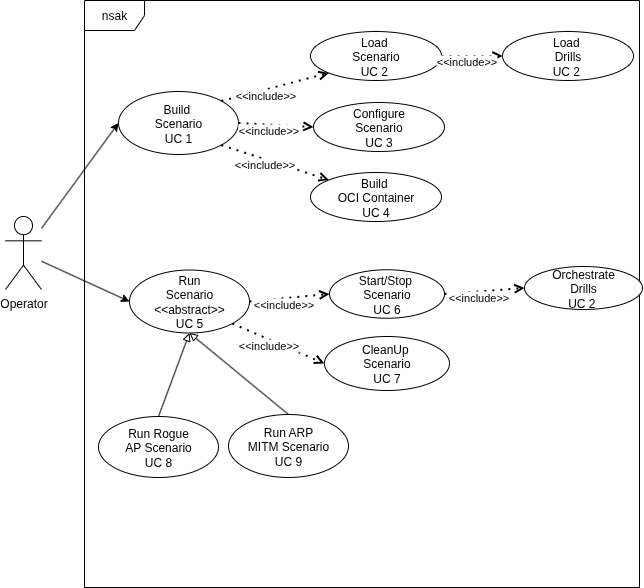
Above: docs/assets/figures/diagrams/concept-architecture-diagrams/NSAK-use-case-diagram.png in nsak-team/nsak (draw.io), before the change. Source tidied: cells renumbered, new cells last; positions are measured from the earlier drawing's top-left corner, leaving out a move shared by most shapes. Source of this version:
```xml
<mxGraphModel>
  <root>
    <mxCell id="0" />
    <mxCell id="1" parent="0" />
    <mxCell id="2" value="nsak" style="shape=umlFrame;whiteSpace=wrap;html=1;" parent="1" vertex="1">
      <mxGeometry x="79" width="555" height="587" as="geometry" />
    </mxCell>
    <mxCell id="3" style="rounded=0;jettySize=auto;html=1;entryX=0;entryY=0.5;entryDx=0;entryDy=0;" parent="1" edge="1" source="5" target="12">
      <mxGeometry relative="1" as="geometry" />
    </mxCell>
    <mxCell id="4" style="rounded=0;jettySize=auto;html=1;entryX=0;entryY=0.5;entryDx=0;entryDy=0;" parent="1" edge="1" source="5" target="21">
      <mxGeometry relative="1" as="geometry" />
    </mxCell>
    <mxCell id="5" value="Operator" style="shape=umlActor;verticalLabelPosition=bottom;verticalAlign=top;html=1;" parent="1" vertex="1">
      <mxGeometry y="216" width="36" height="73" as="geometry" />
    </mxCell>
    <mxCell id="6" value="&lt;div&gt;Run Rogue&lt;/div&gt;&lt;div&gt;AP Scenario&lt;/div&gt;&lt;div&gt;UC 8&lt;/div&gt;" style="ellipse;whiteSpace=wrap;html=1;" parent="1" vertex="1">
      <mxGeometry x="93" y="416" width="120" height="61" as="geometry" />
    </mxCell>
    <mxCell id="7" value="&lt;div&gt;Run ARP&lt;/div&gt;&lt;div&gt;&lt;span style=&quot;background-color: transparent; color: light-dark(rgb(0, 0, 0), rgb(255, 255, 255));&quot;&gt;MITM Scenario&lt;/span&gt;&lt;/div&gt;&lt;div&gt;&lt;span style=&quot;background-color: transparent; color: light-dark(rgb(0, 0, 0), rgb(255, 255, 255));&quot;&gt;UC 9&lt;/span&gt;&lt;/div&gt;" style="ellipse;whiteSpace=wrap;html=1;" parent="1" vertex="1">
      <mxGeometry x="223" y="414" width="120" height="63" as="geometry" />
    </mxCell>
    <mxCell id="8" value="&lt;div&gt;Load&amp;nbsp;&lt;/div&gt;&lt;div&gt;Scenario&lt;/div&gt;&lt;div&gt;UC 2&amp;nbsp;&lt;/div&gt;" style="ellipse;whiteSpace=wrap;html=1;" parent="1" vertex="1">
      <mxGeometry x="305" y="31" width="131" height="49" as="geometry" />
    </mxCell>
    <mxCell id="9" value="&lt;div&gt;CleanUp&amp;nbsp;&lt;/div&gt;&lt;div&gt;Scenario&lt;/div&gt;&lt;div&gt;UC 7&lt;/div&gt;" style="ellipse;whiteSpace=wrap;html=1;" parent="1" vertex="1">
      <mxGeometry x="319" y="336" width="125" height="54" as="geometry" />
    </mxCell>
    <mxCell id="10" value="&lt;div&gt;Start/Stop&amp;nbsp;&lt;/div&gt;&lt;div&gt;Scenario&lt;/div&gt;&lt;div&gt;&lt;span style=&quot;background-color: transparent; color: light-dark(rgb(0, 0, 0), rgb(255, 255, 255));&quot;&gt;UC 6&lt;/span&gt;&lt;/div&gt;" style="ellipse;whiteSpace=wrap;html=1;" parent="1" vertex="1">
      <mxGeometry x="324" y="269.2" width="115" height="48.5" as="geometry" />
    </mxCell>
    <mxCell id="11" value="&lt;div&gt;&lt;span style=&quot;background-color: transparent; color: light-dark(rgb(0, 0, 0), rgb(255, 255, 255));&quot;&gt;Configure&lt;/span&gt;&lt;/div&gt;&lt;div&gt;&lt;span style=&quot;background-color: transparent; color: light-dark(rgb(0, 0, 0), rgb(255, 255, 255));&quot;&gt;Scenario&lt;/span&gt;&lt;/div&gt;&lt;div&gt;UC 3&lt;/div&gt;" style="ellipse;whiteSpace=wrap;html=1;" parent="1" vertex="1">
      <mxGeometry x="308" y="102" width="131" height="49" as="geometry" />
    </mxCell>
    <mxCell id="12" value="&lt;div&gt;Build&amp;nbsp;&lt;/div&gt;&lt;div&gt;&lt;span style=&quot;background-color: transparent; color: light-dark(rgb(0, 0, 0), rgb(255, 255, 255));&quot;&gt;Scenario&lt;/span&gt;&lt;/div&gt;&lt;div&gt;&lt;span style=&quot;background-color: transparent; color: light-dark(rgb(0, 0, 0), rgb(255, 255, 255));&quot;&gt;UC 1&lt;/span&gt;&lt;/div&gt;" style="ellipse;whiteSpace=wrap;html=1;" parent="1" vertex="1">
      <mxGeometry x="113" y="91" width="120" height="63" as="geometry" />
    </mxCell>
    <mxCell id="13" style="endArrow=open;dashed=1;html=1;dashPattern=1 3;strokeWidth=2;rounded=0;entryX=0;entryY=1;entryDx=0;entryDy=0;exitX=1;exitY=0;exitDx=0;exitDy=0;endFill=0;" parent="1" edge="1" source="12" target="8">
      <mxGeometry relative="1" as="geometry" />
    </mxCell>
    <mxCell id="14" value="&amp;lt;&amp;lt;include&amp;gt;&amp;gt;" style="edgeLabel;html=1;align=center;verticalAlign=middle;" parent="13" vertex="1">
      <mxGeometry x="-0.2" y="-4" relative="1" as="geometry">
        <mxPoint y="1" as="offset" />
      </mxGeometry>
    </mxCell>
    <mxCell id="15" style="endArrow=open;dashed=1;html=1;dashPattern=1 3;strokeWidth=2;rounded=0;entryX=0;entryY=0.5;entryDx=0;entryDy=0;exitX=1;exitY=0.5;exitDx=0;exitDy=0;endFill=0;" parent="1" edge="1" source="12" target="11">
      <mxGeometry relative="1" as="geometry" />
    </mxCell>
    <mxCell id="16" value="&amp;lt;&amp;lt;include&amp;gt;&amp;gt;" style="edgeLabel;html=1;align=center;verticalAlign=middle;" parent="15" vertex="1">
      <mxGeometry x="-0.2" y="-4" relative="1" as="geometry">
        <mxPoint y="1" as="offset" />
      </mxGeometry>
    </mxCell>
    <mxCell id="17" style="endArrow=open;dashed=1;html=1;dashPattern=1 3;strokeWidth=2;rounded=0;entryX=0;entryY=0.5;entryDx=0;entryDy=0;exitX=1;exitY=0.5;exitDx=0;exitDy=0;endFill=0;" parent="1" edge="1" source="21" target="10">
      <mxGeometry relative="1" as="geometry" />
    </mxCell>
    <mxCell id="18" value="&amp;lt;&amp;lt;include&amp;gt;&amp;gt;" style="edgeLabel;html=1;align=center;verticalAlign=middle;" parent="17" vertex="1">
      <mxGeometry x="-0.2" y="-4" relative="1" as="geometry">
        <mxPoint y="1" as="offset" />
      </mxGeometry>
    </mxCell>
    <mxCell id="19" style="endArrow=open;dashed=1;html=1;dashPattern=1 3;strokeWidth=2;rounded=0;entryX=0;entryY=0.5;entryDx=0;entryDy=0;exitX=1;exitY=1;exitDx=0;exitDy=0;endFill=0;" parent="1" edge="1" source="21" target="9">
      <mxGeometry relative="1" as="geometry" />
    </mxCell>
    <mxCell id="20" value="&amp;lt;&amp;lt;include&amp;gt;&amp;gt;" style="edgeLabel;html=1;align=center;verticalAlign=middle;" parent="19" vertex="1">
      <mxGeometry x="-0.2" y="-4" relative="1" as="geometry">
        <mxPoint y="1" as="offset" />
      </mxGeometry>
    </mxCell>
    <mxCell id="21" value="&lt;div&gt;Run&lt;/div&gt;&lt;div&gt;&lt;span style=&quot;background-color: transparent; color: light-dark(rgb(0, 0, 0), rgb(255, 255, 255));&quot;&gt;Scenario&lt;/span&gt;&lt;/div&gt;&lt;div&gt;&lt;span style=&quot;background-color: transparent; color: light-dark(rgb(0, 0, 0), rgb(255, 255, 255));&quot;&gt;&amp;lt;&amp;lt;abstract&amp;gt;&amp;gt;&lt;/span&gt;&lt;/div&gt;&lt;div&gt;&lt;span style=&quot;background-color: transparent; color: light-dark(rgb(0, 0, 0), rgb(255, 255, 255));&quot;&gt;UC 5&lt;/span&gt;&lt;/div&gt;" style="ellipse;whiteSpace=wrap;html=1;" parent="1" vertex="1">
      <mxGeometry x="124" y="269.5" width="120" height="63" as="geometry" />
    </mxCell>
    <mxCell id="22" value="&lt;div&gt;Build&amp;nbsp;&lt;/div&gt;&lt;div&gt;&lt;span style=&quot;background-color: transparent; color: light-dark(rgb(0, 0, 0), rgb(255, 255, 255));&quot;&gt;OCI Container&lt;/span&gt;&lt;/div&gt;&lt;div&gt;&lt;span style=&quot;background-color: transparent; color: light-dark(rgb(0, 0, 0), rgb(255, 255, 255));&quot;&gt;UC 4&lt;/span&gt;&lt;/div&gt;" style="ellipse;whiteSpace=wrap;html=1;" parent="1" vertex="1">
      <mxGeometry x="305" y="172" width="131" height="49" as="geometry" />
    </mxCell>
    <mxCell id="23" style="endArrow=open;dashed=1;html=1;dashPattern=1 3;strokeWidth=2;rounded=0;entryX=0;entryY=0;entryDx=0;entryDy=0;exitX=1;exitY=1;exitDx=0;exitDy=0;endFill=0;" parent="1" edge="1" source="12" target="22">
      <mxGeometry relative="1" as="geometry" />
    </mxCell>
    <mxCell id="24" value="&amp;lt;&amp;lt;include&amp;gt;&amp;gt;" style="edgeLabel;html=1;align=center;verticalAlign=middle;" parent="23" vertex="1">
      <mxGeometry x="-0.2" y="-4" relative="1" as="geometry">
        <mxPoint y="1" as="offset" />
      </mxGeometry>
    </mxCell>
    <mxCell id="25" style="endArrow=block;html=1;rounded=0;exitX=0.5;exitY=0;exitDx=0;exitDy=0;endFill=0;entryX=0.5;entryY=1;entryDx=0;entryDy=0;" parent="1" edge="1" source="6" target="21">
      <mxGeometry relative="1" as="geometry" />
    </mxCell>
    <mxCell id="26" style="endArrow=block;html=1;rounded=0;exitX=0.5;exitY=0;exitDx=0;exitDy=0;endFill=0;entryX=0.5;entryY=1;entryDx=0;entryDy=0;" parent="1" edge="1" source="7" target="21">
      <mxGeometry relative="1" as="geometry" />
    </mxCell>
    <mxCell id="27" value="&lt;div&gt;Load&amp;nbsp;&lt;/div&gt;&lt;div&gt;Drills&lt;/div&gt;&lt;div&gt;UC 2&amp;nbsp;&lt;/div&gt;" style="ellipse;whiteSpace=wrap;html=1;" parent="1" vertex="1">
      <mxGeometry x="497" y="31" width="131" height="49" as="geometry" />
    </mxCell>
    <mxCell id="28" style="endArrow=open;dashed=1;html=1;dashPattern=1 3;strokeWidth=2;rounded=0;exitX=1;exitY=0.5;exitDx=0;exitDy=0;entryX=0;entryY=0.5;entryDx=0;entryDy=0;endFill=0;" parent="1" edge="1" source="8" target="27">
      <mxGeometry relative="1" as="geometry" />
    </mxCell>
    <mxCell id="29" value="&amp;lt;&amp;lt;include&amp;gt;&amp;gt;" style="edgeLabel;html=1;align=center;verticalAlign=middle;" parent="28" vertex="1">
      <mxGeometry x="-0.2" y="-4" relative="1" as="geometry">
        <mxPoint y="1" as="offset" />
      </mxGeometry>
    </mxCell>
    <mxCell id="30" value="&lt;div&gt;Orchestrate&lt;/div&gt;&lt;div&gt;&lt;span style=&quot;background-color: transparent; color: light-dark(rgb(0, 0, 0), rgb(255, 255, 255));&quot;&gt;Drills&lt;/span&gt;&lt;/div&gt;&lt;div&gt;UC 2&amp;nbsp;&lt;/div&gt;" style="ellipse;whiteSpace=wrap;html=1;" parent="1" vertex="1">
      <mxGeometry x="519" y="266" width="118" height="43" as="geometry" />
    </mxCell>
    <mxCell id="31" style="endArrow=open;dashed=1;html=1;dashPattern=1 3;strokeWidth=2;rounded=0;entryX=0;entryY=0.5;entryDx=0;entryDy=0;exitX=1;exitY=0.5;exitDx=0;exitDy=0;endFill=0;" parent="1" edge="1" source="10" target="30">
      <mxGeometry relative="1" as="geometry" />
    </mxCell>
    <mxCell id="32" value="&amp;lt;&amp;lt;include&amp;gt;&amp;gt;" style="edgeLabel;html=1;align=center;verticalAlign=middle;" parent="31" vertex="1">
      <mxGeometry x="-0.2" y="-4" relative="1" as="geometry">
        <mxPoint y="1" as="offset" />
      </mxGeometry>
    </mxCell>
  </root>
</mxGraphModel>
```
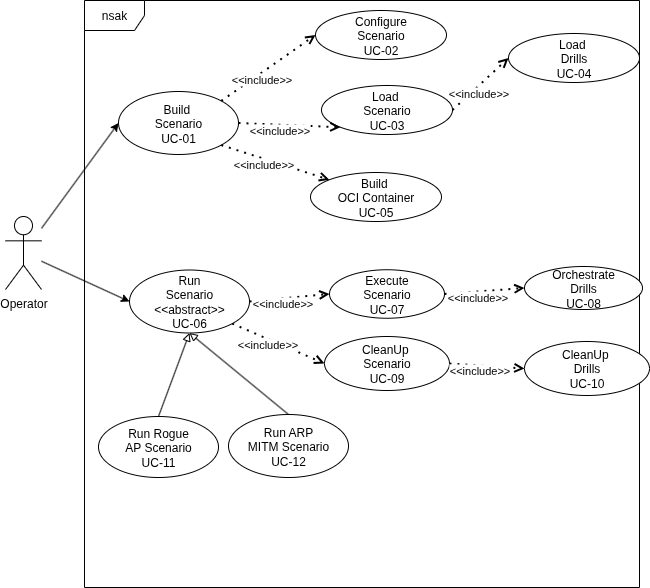
The same file after the commit.

Commit message:
add draft evaluation rogue ap

What changed in the source:
```diff
@@ -14,28 +14,28 @@
     <mxCell id="5" value="Operator" style="shape=umlActor;verticalLabelPosition=bottom;verticalAlign=top;html=1;" parent="1" vertex="1">
       <mxGeometry y="216" width="36" height="73" as="geometry" />
     </mxCell>
-    <mxCell id="6" value="&lt;div&gt;Run Rogue&lt;/div&gt;&lt;div&gt;AP Scenario&lt;/div&gt;&lt;div&gt;UC 8&lt;/div&gt;" style="ellipse;whiteSpace=wrap;html=1;" parent="1" vertex="1">
+    <mxCell id="6" value="&lt;div&gt;Run Rogue&lt;/div&gt;&lt;div&gt;AP Scenario&lt;/div&gt;&lt;div&gt;UC-11&lt;/div&gt;" style="ellipse;whiteSpace=wrap;html=1;" parent="1" vertex="1">
       <mxGeometry x="93" y="416" width="120" height="61" as="geometry" />
     </mxCell>
-    <mxCell id="7" value="&lt;div&gt;Run ARP&lt;/div&gt;&lt;div&gt;&lt;span style=&quot;background-color: transparent; color: light-dark(rgb(0, 0, 0), rgb(255, 255, 255));&quot;&gt;MITM Scenario&lt;/span&gt;&lt;/div&gt;&lt;div&gt;&lt;span style=&quot;background-color: transparent; color: light-dark(rgb(0, 0, 0), rgb(255, 255, 255));&quot;&gt;UC 9&lt;/span&gt;&lt;/div&gt;" style="ellipse;whiteSpace=wrap;html=1;" parent="1" vertex="1">
+    <mxCell id="7" value="&lt;div&gt;Run ARP&lt;/div&gt;&lt;div&gt;&lt;span style=&quot;background-color: transparent; color: light-dark(rgb(0, 0, 0), rgb(255, 255, 255));&quot;&gt;MITM Scenario&lt;/span&gt;&lt;/div&gt;&lt;div&gt;&lt;span style=&quot;background-color: transparent; color: light-dark(rgb(0, 0, 0), rgb(255, 255, 255));&quot;&gt;UC-12&lt;/span&gt;&lt;/div&gt;" style="ellipse;whiteSpace=wrap;html=1;" parent="1" vertex="1">
       <mxGeometry x="223" y="414" width="120" height="63" as="geometry" />
     </mxCell>
-    <mxCell id="8" value="&lt;div&gt;Load&amp;nbsp;&lt;/div&gt;&lt;div&gt;Scenario&lt;/div&gt;&lt;div&gt;UC 2&amp;nbsp;&lt;/div&gt;" style="ellipse;whiteSpace=wrap;html=1;" parent="1" vertex="1">
-      <mxGeometry x="305" y="31" width="131" height="49" as="geometry" />
+    <mxCell id="8" value="&lt;div&gt;Load&amp;nbsp;&lt;/div&gt;&lt;div&gt;Scenario&lt;/div&gt;&lt;div&gt;UC-03&lt;/div&gt;" style="ellipse;whiteSpace=wrap;html=1;" parent="1" vertex="1">
+      <mxGeometry x="316" y="85" width="131" height="49" as="geometry" />
     </mxCell>
-    <mxCell id="9" value="&lt;div&gt;CleanUp&amp;nbsp;&lt;/div&gt;&lt;div&gt;Scenario&lt;/div&gt;&lt;div&gt;UC 7&lt;/div&gt;" style="ellipse;whiteSpace=wrap;html=1;" parent="1" vertex="1">
+    <mxCell id="9" value="&lt;div&gt;CleanUp&amp;nbsp;&lt;/div&gt;&lt;div&gt;Scenario&lt;/div&gt;&lt;div&gt;UC-09&lt;/div&gt;" style="ellipse;whiteSpace=wrap;html=1;" parent="1" vertex="1">
       <mxGeometry x="319" y="336" width="125" height="54" as="geometry" />
     </mxCell>
-    <mxCell id="10" value="&lt;div&gt;Start/Stop&amp;nbsp;&lt;/div&gt;&lt;div&gt;Scenario&lt;/div&gt;&lt;div&gt;&lt;span style=&quot;background-color: transparent; color: light-dark(rgb(0, 0, 0), rgb(255, 255, 255));&quot;&gt;UC 6&lt;/span&gt;&lt;/div&gt;" style="ellipse;whiteSpace=wrap;html=1;" parent="1" vertex="1">
+    <mxCell id="10" value="&lt;div&gt;&lt;span style=&quot;background-color: transparent; color: light-dark(rgb(0, 0, 0), rgb(255, 255, 255));&quot;&gt;Execute&lt;/span&gt;&lt;/div&gt;&lt;div&gt;&lt;span style=&quot;background-color: transparent; color: light-dark(rgb(0, 0, 0), rgb(255, 255, 255));&quot;&gt;Scenario&lt;/span&gt;&lt;/div&gt;&lt;div&gt;&lt;span style=&quot;background-color: transparent; color: light-dark(rgb(0, 0, 0), rgb(255, 255, 255));&quot;&gt;UC-07&lt;/span&gt;&lt;/div&gt;" style="ellipse;whiteSpace=wrap;html=1;" parent="1" vertex="1">
       <mxGeometry x="324" y="269.2" width="115" height="48.5" as="geometry" />
     </mxCell>
-    <mxCell id="11" value="&lt;div&gt;&lt;span style=&quot;background-color: transparent; color: light-dark(rgb(0, 0, 0), rgb(255, 255, 255));&quot;&gt;Configure&lt;/span&gt;&lt;/div&gt;&lt;div&gt;&lt;span style=&quot;background-color: transparent; color: light-dark(rgb(0, 0, 0), rgb(255, 255, 255));&quot;&gt;Scenario&lt;/span&gt;&lt;/div&gt;&lt;div&gt;UC 3&lt;/div&gt;" style="ellipse;whiteSpace=wrap;html=1;" parent="1" vertex="1">
-      <mxGeometry x="308" y="102" width="131" height="49" as="geometry" />
+    <mxCell id="11" value="&lt;div&gt;&lt;span style=&quot;background-color: transparent; color: light-dark(rgb(0, 0, 0), rgb(255, 255, 255));&quot;&gt;Configure&lt;/span&gt;&lt;/div&gt;&lt;div&gt;&lt;span style=&quot;background-color: transparent; color: light-dark(rgb(0, 0, 0), rgb(255, 255, 255));&quot;&gt;Scenario&lt;/span&gt;&lt;/div&gt;&lt;div&gt;UC-02&lt;/div&gt;" style="ellipse;whiteSpace=wrap;html=1;" parent="1" vertex="1">
+      <mxGeometry x="310" y="10" width="131" height="49" as="geometry" />
     </mxCell>
-    <mxCell id="12" value="&lt;div&gt;Build&amp;nbsp;&lt;/div&gt;&lt;div&gt;&lt;span style=&quot;background-color: transparent; color: light-dark(rgb(0, 0, 0), rgb(255, 255, 255));&quot;&gt;Scenario&lt;/span&gt;&lt;/div&gt;&lt;div&gt;&lt;span style=&quot;background-color: transparent; color: light-dark(rgb(0, 0, 0), rgb(255, 255, 255));&quot;&gt;UC 1&lt;/span&gt;&lt;/div&gt;" style="ellipse;whiteSpace=wrap;html=1;" parent="1" vertex="1">
+    <mxCell id="12" value="&lt;div&gt;Build&amp;nbsp;&lt;/div&gt;&lt;div&gt;&lt;span style=&quot;background-color: transparent; color: light-dark(rgb(0, 0, 0), rgb(255, 255, 255));&quot;&gt;Scenario&lt;/span&gt;&lt;/div&gt;&lt;div&gt;&lt;span style=&quot;background-color: transparent; color: light-dark(rgb(0, 0, 0), rgb(255, 255, 255));&quot;&gt;UC-01&lt;/span&gt;&lt;/div&gt;" style="ellipse;whiteSpace=wrap;html=1;" parent="1" vertex="1">
       <mxGeometry x="113" y="91" width="120" height="63" as="geometry" />
     </mxCell>
-    <mxCell id="13" style="endArrow=open;dashed=1;html=1;dashPattern=1 3;strokeWidth=2;rounded=0;entryX=0;entryY=1;entryDx=0;entryDy=0;exitX=1;exitY=0;exitDx=0;exitDy=0;endFill=0;" parent="1" edge="1" source="12" target="8">
+    <mxCell id="13" style="endArrow=open;dashed=1;html=1;dashPattern=1 3;strokeWidth=2;rounded=0;entryX=0;entryY=1;entryDx=0;entryDy=0;exitX=1;exitY=0.5;exitDx=0;exitDy=0;endFill=0;" parent="1" edge="1" source="12" target="8">
       <mxGeometry relative="1" as="geometry" />
     </mxCell>
     <mxCell id="14" value="&amp;lt;&amp;lt;include&amp;gt;&amp;gt;" style="edgeLabel;html=1;align=center;verticalAlign=middle;" parent="13" vertex="1">
@@ -43,7 +43,7 @@
         <mxPoint y="1" as="offset" />
       </mxGeometry>
     </mxCell>
-    <mxCell id="15" style="endArrow=open;dashed=1;html=1;dashPattern=1 3;strokeWidth=2;rounded=0;entryX=0;entryY=0.5;entryDx=0;entryDy=0;exitX=1;exitY=0.5;exitDx=0;exitDy=0;endFill=0;" parent="1" edge="1" source="12" target="11">
+    <mxCell id="15" style="endArrow=open;dashed=1;html=1;dashPattern=1 3;strokeWidth=2;rounded=0;entryX=0;entryY=0.5;entryDx=0;entryDy=0;exitX=1;exitY=0;exitDx=0;exitDy=0;endFill=0;" parent="1" edge="1" source="12" target="11">
       <mxGeometry relative="1" as="geometry" />
     </mxCell>
     <mxCell id="16" value="&amp;lt;&amp;lt;include&amp;gt;&amp;gt;" style="edgeLabel;html=1;align=center;verticalAlign=middle;" parent="15" vertex="1">
@@ -67,10 +67,10 @@
         <mxPoint y="1" as="offset" />
       </mxGeometry>
     </mxCell>
-    <mxCell id="21" value="&lt;div&gt;Run&lt;/div&gt;&lt;div&gt;&lt;span style=&quot;background-color: transparent; color: light-dark(rgb(0, 0, 0), rgb(255, 255, 255));&quot;&gt;Scenario&lt;/span&gt;&lt;/div&gt;&lt;div&gt;&lt;span style=&quot;background-color: transparent; color: light-dark(rgb(0, 0, 0), rgb(255, 255, 255));&quot;&gt;&amp;lt;&amp;lt;abstract&amp;gt;&amp;gt;&lt;/span&gt;&lt;/div&gt;&lt;div&gt;&lt;span style=&quot;background-color: transparent; color: light-dark(rgb(0, 0, 0), rgb(255, 255, 255));&quot;&gt;UC 5&lt;/span&gt;&lt;/div&gt;" style="ellipse;whiteSpace=wrap;html=1;" parent="1" vertex="1">
+    <mxCell id="21" value="&lt;div&gt;Run&lt;/div&gt;&lt;div&gt;&lt;span style=&quot;background-color: transparent; color: light-dark(rgb(0, 0, 0), rgb(255, 255, 255));&quot;&gt;Scenario&lt;/span&gt;&lt;/div&gt;&lt;div&gt;&lt;span style=&quot;background-color: transparent; color: light-dark(rgb(0, 0, 0), rgb(255, 255, 255));&quot;&gt;&amp;lt;&amp;lt;abstract&amp;gt;&amp;gt;&lt;/span&gt;&lt;/div&gt;&lt;div&gt;&lt;span style=&quot;background-color: transparent; color: light-dark(rgb(0, 0, 0), rgb(255, 255, 255));&quot;&gt;UC-06&lt;/span&gt;&lt;/div&gt;" style="ellipse;whiteSpace=wrap;html=1;" parent="1" vertex="1">
       <mxGeometry x="124" y="269.5" width="120" height="63" as="geometry" />
     </mxCell>
-    <mxCell id="22" value="&lt;div&gt;Build&amp;nbsp;&lt;/div&gt;&lt;div&gt;&lt;span style=&quot;background-color: transparent; color: light-dark(rgb(0, 0, 0), rgb(255, 255, 255));&quot;&gt;OCI Container&lt;/span&gt;&lt;/div&gt;&lt;div&gt;&lt;span style=&quot;background-color: transparent; color: light-dark(rgb(0, 0, 0), rgb(255, 255, 255));&quot;&gt;UC 4&lt;/span&gt;&lt;/div&gt;" style="ellipse;whiteSpace=wrap;html=1;" parent="1" vertex="1">
+    <mxCell id="22" value="&lt;div&gt;Build&amp;nbsp;&lt;/div&gt;&lt;div&gt;&lt;span style=&quot;background-color: transparent; color: light-dark(rgb(0, 0, 0), rgb(255, 255, 255));&quot;&gt;OCI Container&lt;/span&gt;&lt;/div&gt;&lt;div&gt;&lt;span style=&quot;background-color: transparent; color: light-dark(rgb(0, 0, 0), rgb(255, 255, 255));&quot;&gt;UC-05&lt;/span&gt;&lt;/div&gt;" style="ellipse;whiteSpace=wrap;html=1;" parent="1" vertex="1">
       <mxGeometry x="305" y="172" width="131" height="49" as="geometry" />
     </mxCell>
     <mxCell id="23" style="endArrow=open;dashed=1;html=1;dashPattern=1 3;strokeWidth=2;rounded=0;entryX=0;entryY=0;entryDx=0;entryDy=0;exitX=1;exitY=1;exitDx=0;exitDy=0;endFill=0;" parent="1" edge="1" source="12" target="22">
@@ -87,8 +87,8 @@
     <mxCell id="26" style="endArrow=block;html=1;rounded=0;exitX=0.5;exitY=0;exitDx=0;exitDy=0;endFill=0;entryX=0.5;entryY=1;entryDx=0;entryDy=0;" parent="1" edge="1" source="7" target="21">
       <mxGeometry relative="1" as="geometry" />
     </mxCell>
-    <mxCell id="27" value="&lt;div&gt;Load&amp;nbsp;&lt;/div&gt;&lt;div&gt;Drills&lt;/div&gt;&lt;div&gt;UC 2&amp;nbsp;&lt;/div&gt;" style="ellipse;whiteSpace=wrap;html=1;" parent="1" vertex="1">
-      <mxGeometry x="497" y="31" width="131" height="49" as="geometry" />
+    <mxCell id="27" value="&lt;div&gt;Load&amp;nbsp;&lt;/div&gt;&lt;div&gt;Drills&lt;/div&gt;&lt;div&gt;UC-04&lt;/div&gt;" style="ellipse;whiteSpace=wrap;html=1;" parent="1" vertex="1">
+      <mxGeometry x="503" y="33" width="131" height="49" as="geometry" />
     </mxCell>
     <mxCell id="28" style="endArrow=open;dashed=1;html=1;dashPattern=1 3;strokeWidth=2;rounded=0;exitX=1;exitY=0.5;exitDx=0;exitDy=0;entryX=0;entryY=0.5;entryDx=0;entryDy=0;endFill=0;" parent="1" edge="1" source="8" target="27">
       <mxGeometry relative="1" as="geometry" />
@@ -98,7 +98,7 @@
         <mxPoint y="1" as="offset" />
       </mxGeometry>
     </mxCell>
-    <mxCell id="30" value="&lt;div&gt;Orchestrate&lt;/div&gt;&lt;div&gt;&lt;span style=&quot;background-color: transparent; color: light-dark(rgb(0, 0, 0), rgb(255, 255, 255));&quot;&gt;Drills&lt;/span&gt;&lt;/div&gt;&lt;div&gt;UC 2&amp;nbsp;&lt;/div&gt;" style="ellipse;whiteSpace=wrap;html=1;" parent="1" vertex="1">
+    <mxCell id="30" value="&lt;div&gt;Orchestrate&lt;/div&gt;&lt;div&gt;&lt;span style=&quot;background-color: transparent; color: light-dark(rgb(0, 0, 0), rgb(255, 255, 255));&quot;&gt;Drills&lt;/span&gt;&lt;/div&gt;&lt;div&gt;UC-08&lt;/div&gt;" style="ellipse;whiteSpace=wrap;html=1;" parent="1" vertex="1">
       <mxGeometry x="519" y="266" width="118" height="43" as="geometry" />
     </mxCell>
     <mxCell id="31" style="endArrow=open;dashed=1;html=1;dashPattern=1 3;strokeWidth=2;rounded=0;entryX=0;entryY=0.5;entryDx=0;entryDy=0;exitX=1;exitY=0.5;exitDx=0;exitDy=0;endFill=0;" parent="1" edge="1" source="10" target="30">
@@ -109,5 +109,16 @@
         <mxPoint y="1" as="offset" />
       </mxGeometry>
     </mxCell>
+    <mxCell id="33" value="&lt;div&gt;CleanUp&amp;nbsp;&lt;/div&gt;&lt;div&gt;Drills&lt;/div&gt;&lt;div&gt;UC-10&lt;/div&gt;" style="ellipse;whiteSpace=wrap;html=1;" parent="1" vertex="1">
+      <mxGeometry x="519" y="341" width="125" height="54" as="geometry" />
+    </mxCell>
+    <mxCell id="34" style="endArrow=open;dashed=1;html=1;dashPattern=1 3;strokeWidth=2;rounded=0;entryX=0;entryY=0.5;entryDx=0;entryDy=0;exitX=1;exitY=0.5;exitDx=0;exitDy=0;endFill=0;" parent="1" edge="1" source="9" target="33">
+      <mxGeometry relative="1" as="geometry" />
+    </mxCell>
+    <mxCell id="35" value="&amp;lt;&amp;lt;include&amp;gt;&amp;gt;" style="edgeLabel;html=1;align=center;verticalAlign=middle;" parent="34" vertex="1">
+      <mxGeometry x="-0.2" y="-4" relative="1" as="geometry">
+        <mxPoint y="1" as="offset" />
+      </mxGeometry>
+    </mxCell>
   </root>
 </mxGraphModel>
```
